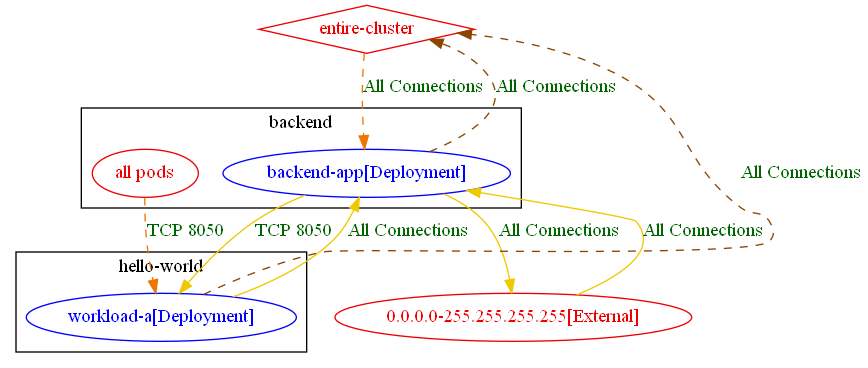
np-guard/netpol-analyzer keeps this Graphviz diagram as test_outputs/connlist/exposure_test_conn_to_all_pods_in_an_existing_ns_with_ns_selector_only_exposure_output.dot.png. Above is the earlier version. Its source is kept beside it as test_outputs/connlist/exposure_test_conn_to_all_pods_in_an_existing_ns_with_ns_selector_only_exposure_output.dot. Source of this version:
```dot
digraph {
	subgraph "cluster_backend" {
		color="black"
		fontcolor="black"
		"all pods_in_backend" [label="all pods" color="red2" fontcolor="red2"]
		"backend/backend-app[Deployment]" [label="backend-app[Deployment]" color="blue" fontcolor="blue"]
		label="backend"
	}
	subgraph "cluster_hello_world" {
		color="black"
		fontcolor="black"
		"hello-world/workload-a[Deployment]" [label="workload-a[Deployment]" color="blue" fontcolor="blue"]
		label="hello-world"
	}
	"0.0.0.0-255.255.255.255[External]" [label="0.0.0.0-255.255.255.255[External]" color="red2" fontcolor="red2"]
	"entire-cluster" [label="entire-cluster" color="red2" fontcolor="red2" shape=diamond]
	"0.0.0.0-255.255.255.255[External]" -> "backend/backend-app[Deployment]" [label="All Connections" color="gold2" fontcolor="darkgreen" weight=0.5]
	"all pods_in_backend" -> "hello-world/workload-a[Deployment]" [label="TCP 8050" color="darkorange2" fontcolor="darkgreen" weight=1 style=dashed]
	"backend/backend-app[Deployment]" -> "0.0.0.0-255.255.255.255[External]" [label="All Connections" color="gold2" fontcolor="darkgreen" weight=1]
	"backend/backend-app[Deployment]" -> "entire-cluster" [label="All Connections" color="darkorange4" fontcolor="darkgreen" weight=0.5 style=dashed]
	"backend/backend-app[Deployment]" -> "hello-world/workload-a[Deployment]" [label="TCP 8050" color="gold2" fontcolor="darkgreen" weight=0.5]
	"entire-cluster" -> "backend/backend-app[Deployment]" [label="All Connections" color="darkorange2" fontcolor="darkgreen" weight=1 style=dashed]
	"hello-world/workload-a[Deployment]" -> "backend/backend-app[Deployment]" [label="All Connections" color="gold2" fontcolor="darkgreen" weight=1]
	"hello-world/workload-a[Deployment]" -> "entire-cluster" [label="All Connections" color="darkorange4" fontcolor="darkgreen" weight=0.5 style=dashed]
}
```
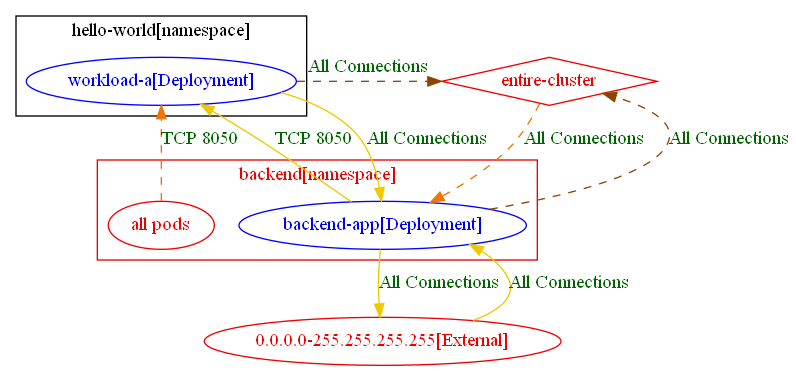
The same diagram one commit later.

Diff of the diagram source:
```diff
@@ -1,16 +1,21 @@
 digraph {
-	subgraph "cluster_backend" {
+	subgraph "cluster_backend[namespace]" {
 		color="black"
 		fontcolor="black"
-		"all pods_in_backend" [label="all pods" color="red2" fontcolor="red2"]
 		"backend/backend-app[Deployment]" [label="backend-app[Deployment]" color="blue" fontcolor="blue"]
-		label="backend"
+		label="backend[namespace]"
 	}
-	subgraph "cluster_hello_world" {
+	subgraph "cluster_hello_world[namespace]" {
 		color="black"
 		fontcolor="black"
 		"hello-world/workload-a[Deployment]" [label="workload-a[Deployment]" color="blue" fontcolor="blue"]
-		label="hello-world"
+		label="hello-world[namespace]"
+	}
+	subgraph "cluster_backend[namespace]" {
+		color="red2"
+		fontcolor="red2"
+		"all pods_in_backend" [label="all pods" color="red2" fontcolor="red2"]
+		label="backend[namespace]"
 	}
 	"0.0.0.0-255.255.255.255[External]" [label="0.0.0.0-255.255.255.255[External]" color="red2" fontcolor="red2"]
 	"entire-cluster" [label="entire-cluster" color="red2" fontcolor="red2" shape=diamond]
```
